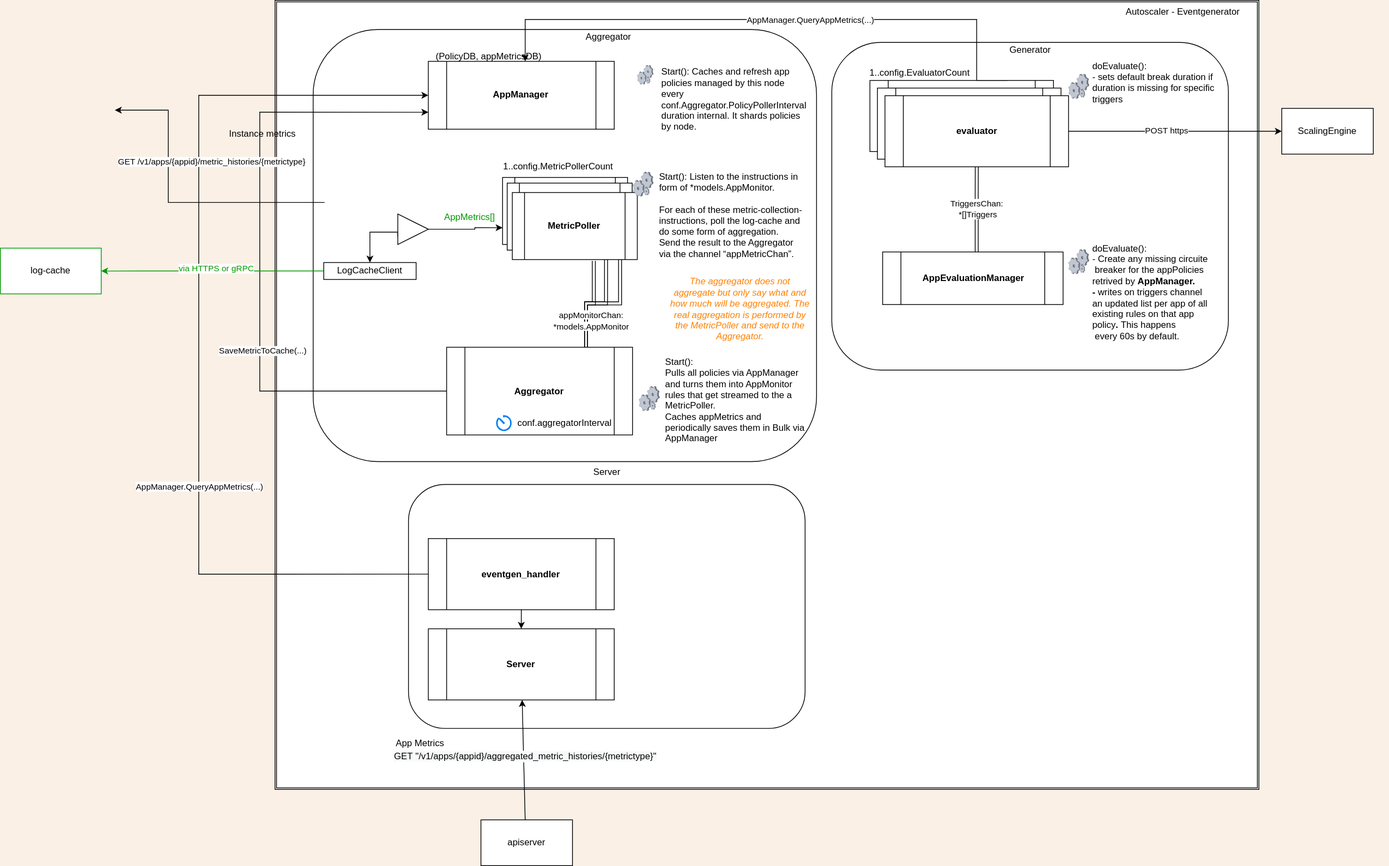
Above: docs/images/eventgenerator.svg in cloudfoundry/app-autoscaler-release (draw.io), before the change. Source tidied: cells renumbered, new cells last; positions are measured from the earlier drawing's top-left corner, leaving out a move shared by most shapes.
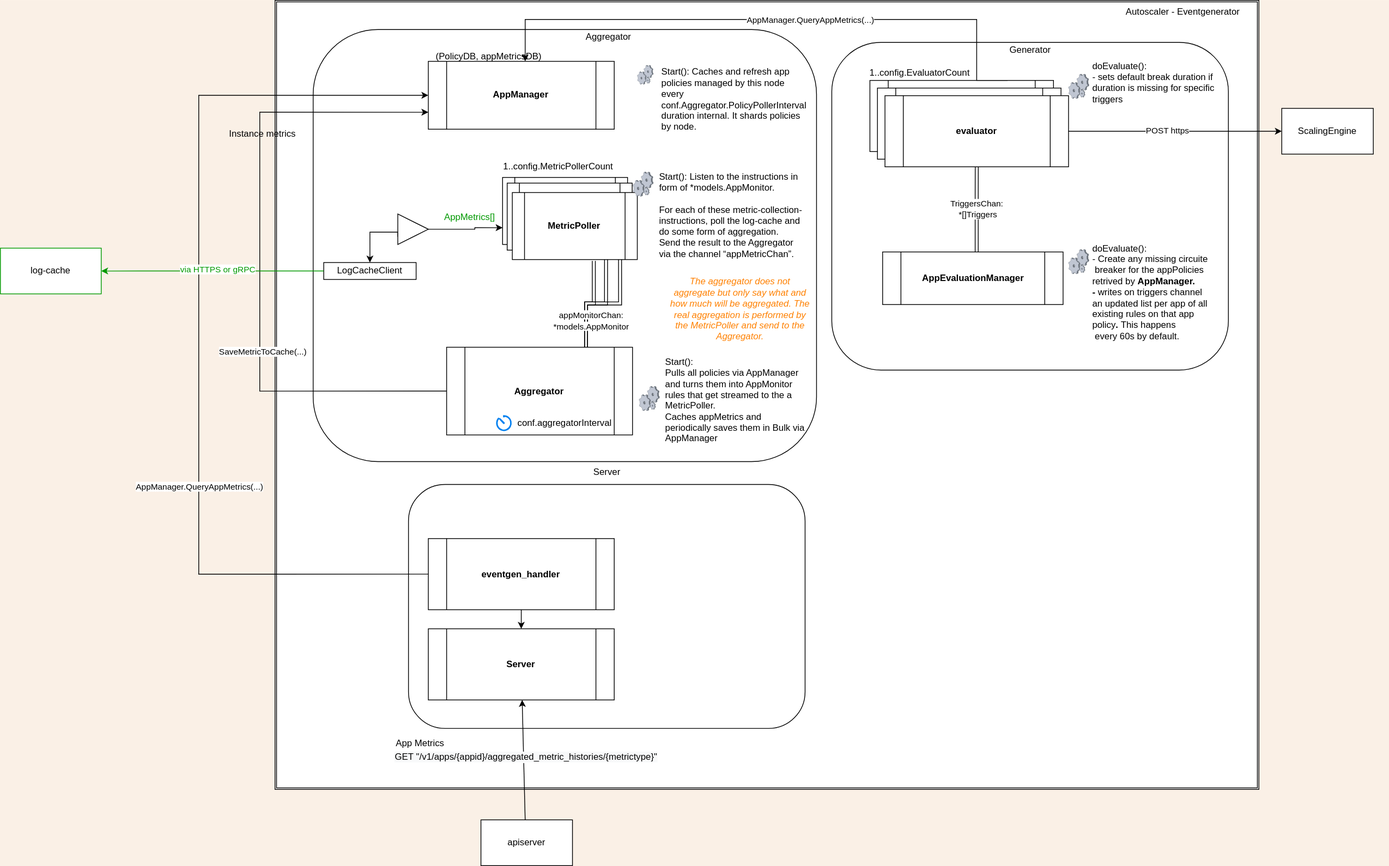
After the change.

Commit message:
remove leftover arrow to metricsserver url

Change to the diagram source:
```diff
@@ -186,22 +186,6 @@
     <mxCell id="56" value="doEvaluate(): &lt;br&gt;- sets default break duration if&amp;nbsp;&lt;br&gt;duration is missing for specific&amp;nbsp;&lt;br&gt;triggers&lt;br&gt;&lt;span style=&quot;color: rgba(0 , 0 , 0 , 0) ; font-family: monospace ; font-size: 0px&quot;&gt;%3CmxGraphModel%3E%3Croot%3E%3CmxCell%20id%3D%220%22%2F%3E%3CmxCell%20id%3D%221%22%20parent%3D%220%22%2F%3E%3CmxCell%20id%3D%222%22%20value%3D%22%22%20style%3D%22group%22%20vertex%3D%221%22%20connectable%3D%220%22%20parent%3D%221%22%3E%3CmxGeometry%20x%3D%2210%22%20y%3D%2275%22%20width%3D%22230%22%20height%3D%2289.99999999999999%22%20as%3D%22geometry%22%2F%3E%3C%2FmxCell%3E%3CmxCell%20id%3D%223%22%20value%3D%22%22%20style%3D%22verticalLabelPosition%3Dbottom%3Bsketch%3D0%3Baspect%3Dfixed%3Bhtml%3D1%3BverticalAlign%3Dtop%3BstrokeColor%3Dnone%3Balign%3Dcenter%3BoutlineConnect%3D0%3Bshape%3Dmxgraph.citrix.process%3B%22%20vertex%3D%221%22%20parent%3D%222%22%3E%3CmxGeometry%20y%3D%2221.67%22%20width%3D%2226.84%22%20height%3D%2232%22%20as%3D%22geometry%22%2F%3E%3C%2FmxCell%3E%3CmxCell%20id%3D%224%22%20value%3D%22Start()%3A%20Caches%20and%20refresh%20app%20%26lt%3Bbr%26gt%3Bpolicies%20managed%20by%20this%20%26lt%3Bbr%26gt%3BeventGenerator%20node%20every%20x%20time%20%26lt%3Bbr%26gt%3Binternal.%20It%20shards%20policies%20by%20%26lt%3Bbr%26gt%3BeventGenerator%26amp%3Bnbsp%3Bnode.%26lt%3Bbr%26gt%3B%26amp%3Bnbsp%3B%22%20style%3D%22text%3Bhtml%3D1%3Balign%3Dleft%3BverticalAlign%3Dmiddle%3Bresizable%3D0%3Bpoints%3D%5B%5D%3Bautosize%3D1%3BstrokeColor%3Dnone%3BfillColor%3Dnone%3B%22%20vertex%3D%221%22%20parent%3D%222%22%3E%3CmxGeometry%20x%3D%2229.999999999999943%22%20width%3D%22200%22%20height%3D%2290%22%20as%3D%22geometry%22%2F%3E%3C%2FmxCell%3E%3C%2Froot%3E%3C%2FmxGraphModel%3ECra&lt;/span&gt;&lt;b&gt;&lt;br&gt;&lt;/b&gt;" style="text;html=1;align=left;verticalAlign=middle;strokeColor=none;fillColor=none;" parent="37" vertex="1">
       <mxGeometry x="340.4" y="20" width="180" height="80" as="geometry" />
     </mxCell>
-    <mxCell id="57" style="edgeStyle=orthogonalEdgeStyle;rounded=0;orthogonalLoop=1;jettySize=auto;html=1;entryX=1;entryY=0.5;entryDx=0;entryDy=0;exitX=0;exitY=0.5;exitDx=0;exitDy=0;" parent="1" edge="1">
-      <mxGeometry relative="1" as="geometry">
-        <mxPoint x="420" y="265" as="sourcePoint" />
-        <mxPoint x="150" y="144" as="targetPoint" />
-        <Array as="points">
-          <mxPoint x="425" y="265" />
-          <mxPoint x="220" y="265" />
-          <mxPoint x="220" y="261" />
-        </Array>
-      </mxGeometry>
-    </mxCell>
-    <mxCell id="58" value="GET&amp;nbsp;/v1/apps/{appid}/metric_histories/{metrictype}" style="edgeLabel;html=1;align=center;verticalAlign=middle;fontColor=#000000;" parent="57" vertex="1">
-      <mxGeometry x="0.32" y="-1" relative="1" as="geometry">
-        <mxPoint x="55" y="1" as="offset" />
-      </mxGeometry>
-    </mxCell>
     <mxCell id="59" value="Aggregator" style="text;html=1;align=center;verticalAlign=middle;strokeColor=none;fillColor=none;" parent="1" vertex="1">
       <mxGeometry x="757.3" y="38.3" width="80" height="20" as="geometry" />
     </mxCell>
```
